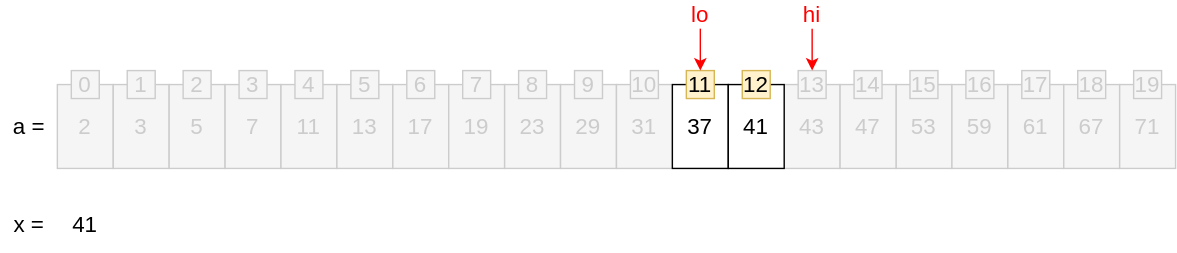
This is img/algorithm/algorithm-1081-01-01-07.svg from zininote/zininote.github.io-old-, a draw.io export, as it was before one commit. Source tidied: cells renumbered, new cells last; positions are measured from the earlier drawing's top-left corner, leaving out a move shared by most shapes.
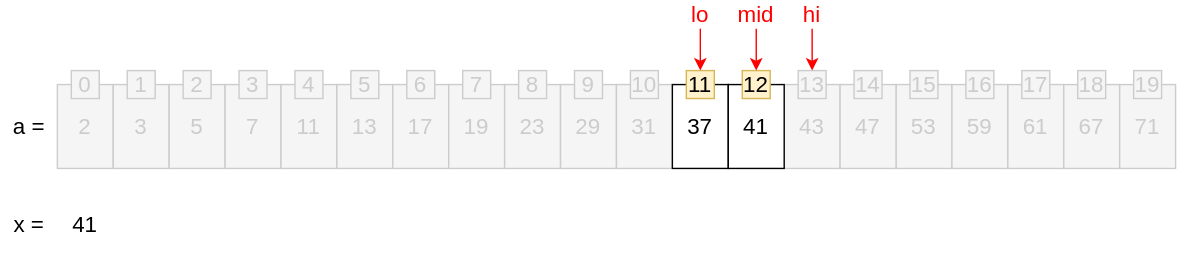
The same diagram one commit later.

Change to the diagram source:
```diff
@@ -149,5 +149,11 @@
     <mxCell id="50" value="&lt;span style=&quot;font-size: 16px&quot;&gt;12&lt;/span&gt;" style="text;html=1;strokeColor=#d6b656;fillColor=#fff2cc;align=center;verticalAlign=middle;whiteSpace=wrap;rounded=0;" parent="1" vertex="1">
       <mxGeometry x="530" y="50" width="20" height="20" as="geometry" />
     </mxCell>
+    <mxCell id="51" style="edgeStyle=orthogonalEdgeStyle;rounded=0;jettySize=auto;html=1;exitX=0.5;exitY=1;exitDx=0;exitDy=0;strokeColor=#FF0000;fontSize=16;fontColor=#CCCCCC;" parent="1" edge="1" source="52" target="50">
+      <mxGeometry relative="1" as="geometry" />
+    </mxCell>
+    <mxCell id="52" value="mid" style="text;html=1;strokeColor=none;fillColor=none;align=center;verticalAlign=middle;whiteSpace=wrap;rounded=0;fontSize=16;fontColor=#FF0000;" parent="1" vertex="1">
+      <mxGeometry x="520" width="40" height="20" as="geometry" />
+    </mxCell>
   </root>
 </mxGraphModel>
```
